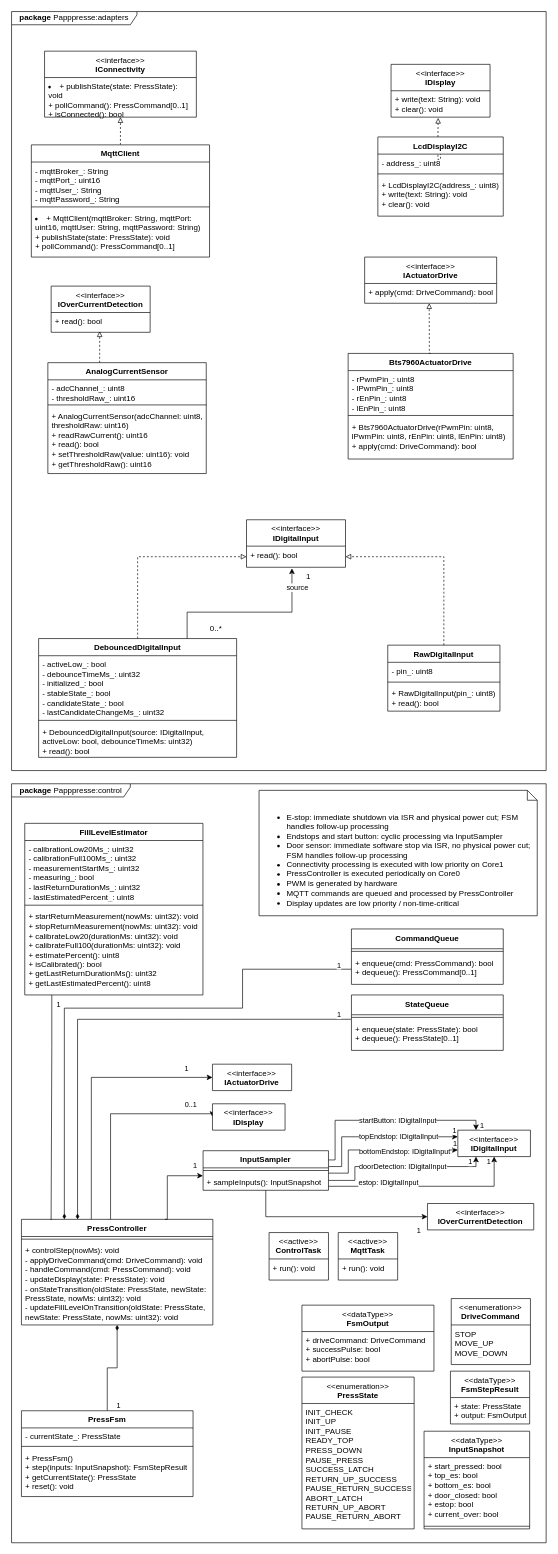
This is diagrams/class diagramm Papppresse.drawio from niklasdathe/Papppresse, a draw.io file, before an edit. Source tidied: cells renumbered, new cells numbered last; positions are measured from the earlier drawing's top-left corner, leaving out a move shared by most shapes. Both pictures are drawn from the tidied source at 66%, with x=0, y=0 at pixel (11, 11).
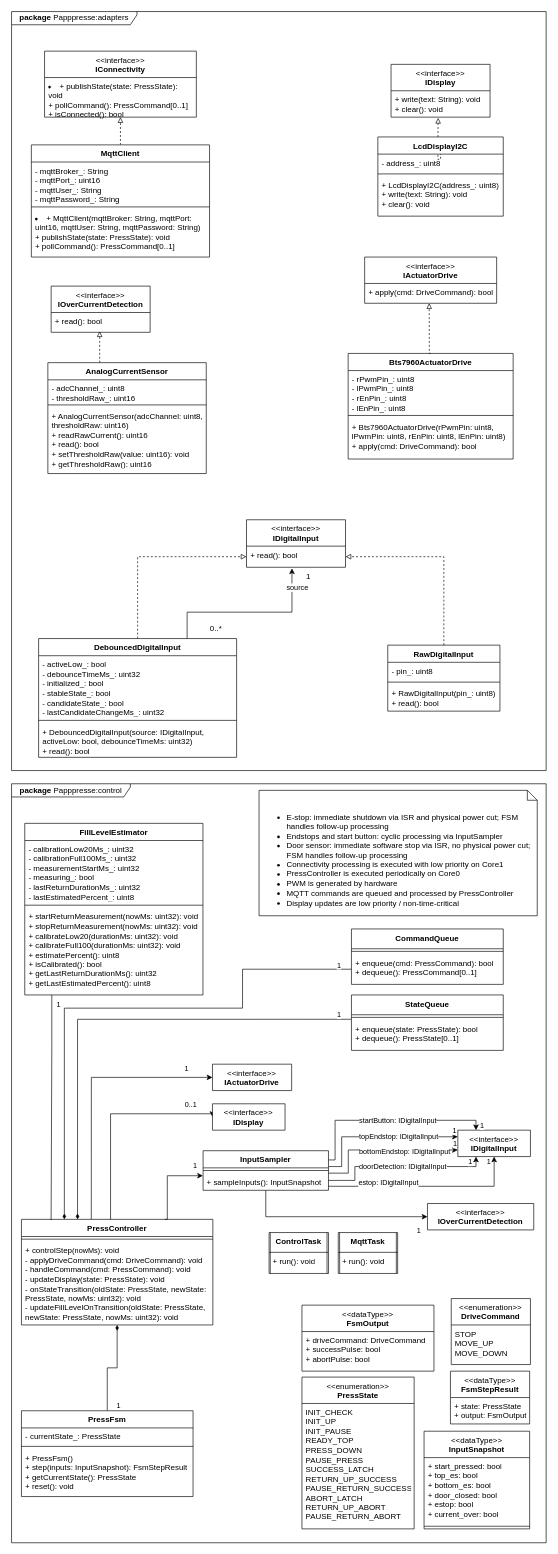
The same diagram, later.

The change refers to these unchanged cells:
```xml
<mxCell id="47" value="&lt;b&gt;package&amp;nbsp;&lt;/b&gt;Papppresse:control" style="shape=umlFrame;whiteSpace=wrap;html=1;width=180;height=20;" parent="1" vertex="1">
  <mxGeometry y="1170" width="810" height="1150" as="geometry" />
</mxCell>
```

What changed in the source:
```diff
@@
-    <mxCell id="115" value="&lt;div&gt;&lt;span style=&quot;font-weight: 400;&quot;&gt;&amp;lt;&amp;lt;active&amp;gt;&amp;gt;&lt;/span&gt;&lt;/div&gt;ControlTask" style="swimlane;fontStyle=1;align=center;verticalAlign=top;horizontal=1;startSize=40;whiteSpace=wrap;html=1;" parent="47" vertex="1">
-      <mxGeometry x="390.2" y="680" width="90" height="72" as="geometry" />
+    <mxCell id="115" value="&lt;div&gt;&lt;span style=&quot;background-color: transparent; color: light-dark(rgb(0, 0, 0), rgb(255, 255, 255));&quot;&gt;ControlTask&lt;/span&gt;&lt;/div&gt;" style="swimlane;fontStyle=1;align=center;verticalAlign=top;horizontal=1;startSize=30;whiteSpace=wrap;html=1;" parent="47" vertex="1">
+      <mxGeometry x="390.2" y="680" width="90" height="62" as="geometry" />
     </mxCell>
+    <mxCell id="119" style="endArrow=none;html=1;rounded=0;entryX=0.042;entryY=-0.002;entryDx=0;entryDy=0;entryPerimeter=0;" parent="115" edge="1">
+      <mxGeometry relative="1" as="geometry">
+        <mxPoint x="1.8" y="62" as="sourcePoint" />
+        <mxPoint x="1.8" as="targetPoint" />
+      </mxGeometry>
+    </mxCell>
+    <mxCell id="120" style="endArrow=none;html=1;rounded=0;entryX=0.042;entryY=-0.002;entryDx=0;entryDy=0;entryPerimeter=0;" parent="115" edge="1">
+      <mxGeometry relative="1" as="geometry">
+        <mxPoint x="87.8" y="62" as="sourcePoint" />
+        <mxPoint x="87.8" as="targetPoint" />
+      </mxGeometry>
+    </mxCell>
     <mxCell id="116" value="+ run(): void" style="text;strokeColor=none;fillColor=none;align=left;verticalAlign=top;spacingLeft=4;spacingRight=4;overflow=hidden;whiteSpace=wrap;html=1;" parent="115" vertex="1">
-      <mxGeometry y="40" width="90" height="32" as="geometry" />
+      <mxGeometry y="30" width="90" height="32" as="geometry" />
     </mxCell>
-    <mxCell id="117" value="&lt;div&gt;&lt;span style=&quot;font-weight: 400;&quot;&gt;&amp;lt;&amp;lt;active&amp;gt;&amp;gt;&lt;/span&gt;&lt;/div&gt;MqttTask" style="swimlane;fontStyle=1;align=center;verticalAlign=top;horizontal=1;startSize=40;whiteSpace=wrap;html=1;swimlaneFillColor=none;" parent="47" vertex="1">
-      <mxGeometry x="495" y="680" width="90" height="72" as="geometry" />
+    <mxCell id="117" value="&lt;div&gt;&lt;span style=&quot;background-color: transparent; color: light-dark(rgb(0, 0, 0), rgb(255, 255, 255));&quot;&gt;MqttTask&lt;/span&gt;&lt;/div&gt;" style="swimlane;fontStyle=1;align=center;verticalAlign=top;horizontal=1;startSize=30;whiteSpace=wrap;html=1;swimlaneFillColor=none;" parent="47" vertex="1">
+      <mxGeometry x="495" y="680" width="90" height="62" as="geometry" />
     </mxCell>
+    <mxCell id="121" style="endArrow=none;html=1;rounded=0;entryX=0.042;entryY=-0.002;entryDx=0;entryDy=0;entryPerimeter=0;exitX=0.024;exitY=0.985;exitDx=0;exitDy=0;exitPerimeter=0;" parent="117" edge="1" source="118">
+      <mxGeometry relative="1" as="geometry">
+        <mxPoint x="2" as="targetPoint" />
+      </mxGeometry>
+    </mxCell>
     <mxCell id="118" value="+ run(): void" style="text;strokeColor=none;fillColor=none;align=left;verticalAlign=top;spacingLeft=4;spacingRight=4;overflow=hidden;points=[[0,0.5],[1,0.5]];portConstraint=eastwest;whiteSpace=wrap;html=1;" parent="117" vertex="1">
-      <mxGeometry y="40" width="90" height="32" as="geometry" />
+      <mxGeometry y="30" width="90" height="32" as="geometry" />
     </mxCell>
+    <mxCell id="122" style="endArrow=none;html=1;rounded=0;entryX=0.042;entryY=-0.002;entryDx=0;entryDy=0;entryPerimeter=0;" parent="1" edge="1">
+      <mxGeometry relative="1" as="geometry">
+        <mxPoint x="583" y="1912" as="sourcePoint" />
+        <mxPoint x="583" y="1850" as="targetPoint" />
+      </mxGeometry>
+    </mxCell>
```
